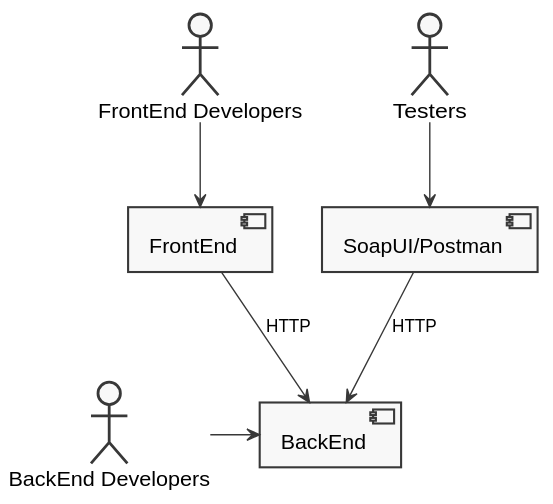
This is js-api-tests/pictures/bad.svg from arthurchumak/slides, a PlantUML export, as it was before one commit.
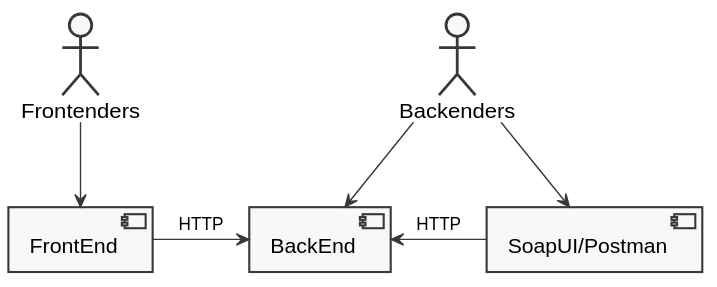
Later version of the same file.

What changed in the source:
```diff
@@ -3,9 +3,8 @@
 skinparam shadowing false
 skinparam monochrome true
 
-actor "FrontEnd Developers" as FD
-actor "Testers" as T
-actor "BackEnd Developers" as BD
+actor "Frontenders" as FD
+actor "Backenders" as BD
 
 component [FrontEnd] as FE
 
@@ -14,9 +13,9 @@
 component [BackEnd] as BE
 
 FD -down-> FE
-BD -right-> BE
-T -down-> AT
+BD -down-> BE
+BD -down-> AT
 
-FE -down-> BE :HTTP
-AT -down-> BE :HTTP
+FE -right-> BE :HTTP
+AT -left-> BE :HTTP
 @enduml
```
